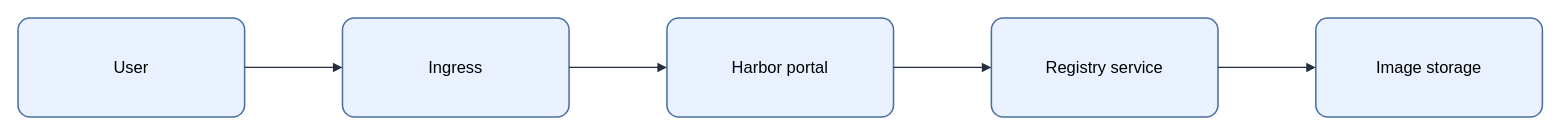
Above: assets/img/registry/harbor-kubernetes-architecture.drawio in KKamJi98/kkamji98.github.io (draw.io), before the change. Source tidied: cells renumbered, new cells numbered last; positions are measured from the earlier drawing's top-left corner, leaving out a move shared by most shapes. Both pictures are drawn from the tidied source at 103%, with x=0, y=0 at pixel (18, 18).
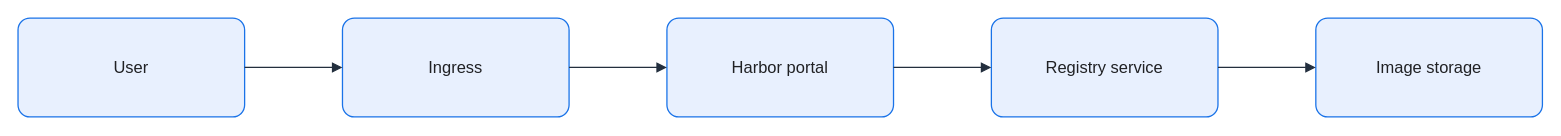
Above is the later version.

What changed in the source:
```diff
@@
 <mxGraphModel background="#FFFFFF">
   <root>
     <mxCell id="0" />
     <mxCell id="1" parent="0" />
-    <mxCell id="2" value="User" style="rounded=1;arcSize=12;whiteSpace=wrap;html=0;fillColor=#EAF2FF;strokeColor=#4A6FA5;strokeWidth=1.5;fontColor=#000000;fontSize=16;align=center;verticalAlign=middle;spacing=8;shadow=0;" parent="1" vertex="1">
+    <mxCell id="2" value="User" style="rounded=1;arcSize=12;whiteSpace=wrap;html=0;fillColor=#E8F0FE;strokeColor=#1A73E8;strokeWidth=1.25;fontColor=#202124;fontSize=16;align=center;verticalAlign=middle;spacing=8;shadow=0;" parent="1" vertex="1">
       <mxGeometry width="220" height="96" as="geometry" />
     </mxCell>
-    <mxCell id="3" value="Ingress" style="rounded=1;arcSize=12;whiteSpace=wrap;html=0;fillColor=#EAF2FF;strokeColor=#4A6FA5;strokeWidth=1.5;fontColor=#000000;fontSize=16;align=center;verticalAlign=middle;spacing=8;shadow=0;" parent="1" vertex="1">
+    <mxCell id="3" value="Ingress" style="rounded=1;arcSize=12;whiteSpace=wrap;html=0;fillColor=#E8F0FE;strokeColor=#1A73E8;strokeWidth=1.25;fontColor=#202124;fontSize=16;align=center;verticalAlign=middle;spacing=8;shadow=0;" parent="1" vertex="1">
       <mxGeometry x="315" width="220" height="96" as="geometry" />
     </mxCell>
-    <mxCell id="4" value="Harbor portal" style="rounded=1;arcSize=12;whiteSpace=wrap;html=0;fillColor=#EAF2FF;strokeColor=#4A6FA5;strokeWidth=1.5;fontColor=#000000;fontSize=16;align=center;verticalAlign=middle;spacing=8;shadow=0;" parent="1" vertex="1">
+    <mxCell id="4" value="Harbor portal" style="rounded=1;arcSize=12;whiteSpace=wrap;html=0;fillColor=#E8F0FE;strokeColor=#1A73E8;strokeWidth=1.25;fontColor=#202124;fontSize=16;align=center;verticalAlign=middle;spacing=8;shadow=0;" parent="1" vertex="1">
       <mxGeometry x="630" width="220" height="96" as="geometry" />
     </mxCell>
-    <mxCell id="5" value="Registry service" style="rounded=1;arcSize=12;whiteSpace=wrap;html=0;fillColor=#EAF2FF;strokeColor=#4A6FA5;strokeWidth=1.5;fontColor=#000000;fontSize=16;align=center;verticalAlign=middle;spacing=8;shadow=0;" parent="1" vertex="1">
+    <mxCell id="5" value="Registry service" style="rounded=1;arcSize=12;whiteSpace=wrap;html=0;fillColor=#E8F0FE;strokeColor=#1A73E8;strokeWidth=1.25;fontColor=#202124;fontSize=16;align=center;verticalAlign=middle;spacing=8;shadow=0;" parent="1" vertex="1">
       <mxGeometry x="945" width="220" height="96" as="geometry" />
     </mxCell>
-    <mxCell id="6" value="Image storage" style="rounded=1;arcSize=12;whiteSpace=wrap;html=0;fillColor=#EAF2FF;strokeColor=#4A6FA5;strokeWidth=1.5;fontColor=#000000;fontSize=16;align=center;verticalAlign=middle;spacing=8;shadow=0;" parent="1" vertex="1">
+    <mxCell id="6" value="Image storage" style="rounded=1;arcSize=12;whiteSpace=wrap;html=0;fillColor=#E8F0FE;strokeColor=#1A73E8;strokeWidth=1.25;fontColor=#202124;fontSize=16;align=center;verticalAlign=middle;spacing=8;shadow=0;" parent="1" vertex="1">
       <mxGeometry x="1260" width="220" height="96" as="geometry" />
     </mxCell>
-    <mxCell id="7" style="edgeStyle=orthogonalEdgeStyle;rounded=0;jettySize=auto;html=0;endArrow=block;endFill=1;strokeColor=#232F3E;strokeWidth=1.25;fontColor=#000000;labelBackgroundColor=none;exitX=1;exitY=0.5;exitDx=0;exitDy=0;entryX=0;entryY=0.5;entryDx=0;entryDy=0;" parent="1" edge="1" source="2" target="3">
+    <mxCell id="7" style="edgeStyle=orthogonalEdgeStyle;rounded=0;jettySize=auto;html=0;endArrow=block;endFill=1;strokeColor=#232F3E;strokeWidth=1.25;fontColor=#202124;labelBackgroundColor=none;exitX=1;exitY=0.5;exitDx=0;exitDy=0;entryX=0;entryY=0.5;entryDx=0;entryDy=0;endSize=7;" parent="1" edge="1" source="2" target="3">
       <mxGeometry relative="1" as="geometry" />
     </mxCell>
-    <mxCell id="8" style="edgeStyle=orthogonalEdgeStyle;rounded=0;jettySize=auto;html=0;endArrow=block;endFill=1;strokeColor=#232F3E;strokeWidth=1.25;fontColor=#000000;labelBackgroundColor=none;exitX=1;exitY=0.5;exitDx=0;exitDy=0;entryX=0;entryY=0.5;entryDx=0;entryDy=0;" parent="1" edge="1" source="3" target="4">
+    <mxCell id="8" style="edgeStyle=orthogonalEdgeStyle;rounded=0;jettySize=auto;html=0;endArrow=block;endFill=1;strokeColor=#232F3E;strokeWidth=1.25;fontColor=#202124;labelBackgroundColor=none;exitX=1;exitY=0.5;exitDx=0;exitDy=0;entryX=0;entryY=0.5;entryDx=0;entryDy=0;endSize=7;" parent="1" edge="1" source="3" target="4">
       <mxGeometry relative="1" as="geometry" />
     </mxCell>
-    <mxCell id="9" style="edgeStyle=orthogonalEdgeStyle;rounded=0;jettySize=auto;html=0;endArrow=block;endFill=1;strokeColor=#232F3E;strokeWidth=1.25;fontColor=#000000;labelBackgroundColor=none;exitX=1;exitY=0.5;exitDx=0;exitDy=0;entryX=0;entryY=0.5;entryDx=0;entryDy=0;" parent="1" edge="1" source="4" target="5">
+    <mxCell id="9" style="edgeStyle=orthogonalEdgeStyle;rounded=0;jettySize=auto;html=0;endArrow=block;endFill=1;strokeColor=#232F3E;strokeWidth=1.25;fontColor=#202124;labelBackgroundColor=none;exitX=1;exitY=0.5;exitDx=0;exitDy=0;entryX=0;entryY=0.5;entryDx=0;entryDy=0;endSize=7;" parent="1" edge="1" source="4" target="5">
       <mxGeometry relative="1" as="geometry" />
     </mxCell>
-    <mxCell id="10" style="edgeStyle=orthogonalEdgeStyle;rounded=0;jettySize=auto;html=0;endArrow=block;endFill=1;strokeColor=#232F3E;strokeWidth=1.25;fontColor=#000000;labelBackgroundColor=none;exitX=1;exitY=0.5;exitDx=0;exitDy=0;entryX=0;entryY=0.5;entryDx=0;entryDy=0;" parent="1" edge="1" source="5" target="6">
+    <mxCell id="10" style="edgeStyle=orthogonalEdgeStyle;rounded=0;jettySize=auto;html=0;endArrow=block;endFill=1;strokeColor=#232F3E;strokeWidth=1.25;fontColor=#202124;labelBackgroundColor=none;exitX=1;exitY=0.5;exitDx=0;exitDy=0;entryX=0;entryY=0.5;entryDx=0;entryDy=0;endSize=7;" parent="1" edge="1" source="5" target="6">
       <mxGeometry relative="1" as="geometry" />
     </mxCell>
   </root>
 </mxGraphModel>
```
